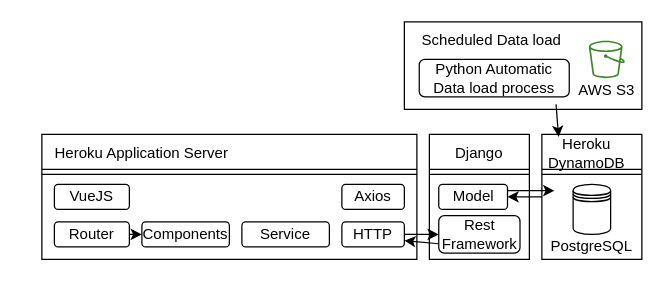
Above: NIA Portal - Architecture - Logical.drawio in SachinPawaskarUNO/drawings (draw.io), before the change. Source tidied: cells renumbered, new cells numbered last; positions are measured from the earlier drawing's top-left corner, leaving out a move shared by most shapes. Both pictures are drawn from the tidied source at 125%, with x=0, y=0 at pixel (29, 21). Pictures stored in the file or linked from it are replaced by grey dashed boxes.
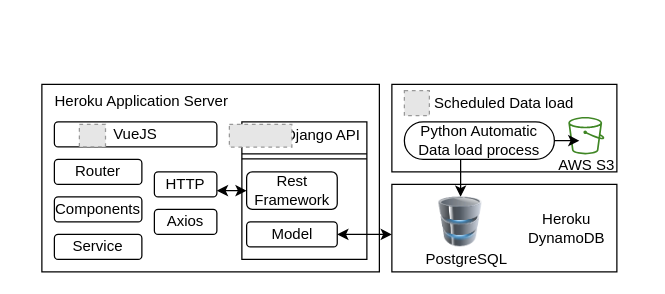
Above is the later version.

Diff of the diagram source:
```diff
@@
     <mxCell id="2" style="rounded=0;whiteSpace=wrap;html=1;" parent="1" vertex="1">
-      <mxGeometry x="10" y="90" width="300" height="100" as="geometry" />
+      <mxGeometry x="10" y="50" width="270" height="150" as="geometry" />
     </mxCell>
     <mxCell id="3" value="Router" style="rounded=1;whiteSpace=wrap;html=1;" parent="1" vertex="1">
-      <mxGeometry x="20" y="160" width="60" height="20" as="geometry" />
+      <mxGeometry x="20" y="110" width="70" height="20" as="geometry" />
     </mxCell>
     <mxCell id="4" value="Components" style="rounded=1;whiteSpace=wrap;html=1;" parent="1" vertex="1">
-      <mxGeometry x="90" y="160" width="70" height="20" as="geometry" />
+      <mxGeometry x="20" y="140" width="70" height="20" as="geometry" />
     </mxCell>
     <mxCell id="5" value="Service" style="rounded=1;whiteSpace=wrap;html=1;" parent="1" vertex="1">
-      <mxGeometry x="170" y="160" width="70" height="20" as="geometry" />
+      <mxGeometry x="20" y="170" width="70" height="20" as="geometry" />
     </mxCell>
     <mxCell id="6" value="HTTP" style="rounded=1;whiteSpace=wrap;html=1;" parent="1" vertex="1">
-      <mxGeometry x="250" y="160" width="50" height="20" as="geometry" />
+      <mxGeometry x="100" y="120" width="50" height="20" as="geometry" />
     </mxCell>
     <mxCell id="7" value="Axios" style="rounded=1;whiteSpace=wrap;html=1;" parent="1" vertex="1">
-      <mxGeometry x="250" y="130" width="50" height="20" as="geometry" />
+      <mxGeometry x="100" y="150" width="50" height="20" as="geometry" />
     </mxCell>
-    <mxCell id="8" value="VueJS" style="rounded=1;whiteSpace=wrap;html=1;" parent="1" vertex="1">
-      <mxGeometry x="20" y="130" width="60" height="20" as="geometry" />
+    <mxCell id="8" value="&lt;div style=&quot;&quot;&gt;&lt;span style=&quot;background-color: initial;&quot;&gt;VueJS&lt;/span&gt;&lt;/div&gt;" style="rounded=1;whiteSpace=wrap;html=1;align=center;" parent="1" vertex="1">
+      <mxGeometry x="20" y="80" width="130" height="20" as="geometry" />
     </mxCell>
-    <mxCell id="9" style="endArrow=classic;html=1;rounded=0;exitX=1;exitY=0.5;exitDx=0;exitDy=0;" parent="1" edge="1" source="3">
-      <mxGeometry relative="1" as="geometry">
-        <mxPoint x="90" y="170" as="targetPoint" />
-      </mxGeometry>
-    </mxCell>
     <mxCell id="10" style="rounded=0;whiteSpace=wrap;html=1;" parent="1" vertex="1">
-      <mxGeometry x="320" y="90" width="80" height="100" as="geometry" />
+      <mxGeometry x="170" y="80" width="100" height="110" as="geometry" />
     </mxCell>
-    <mxCell id="11" value="Model" style="rounded=1;whiteSpace=wrap;html=1;" parent="1" vertex="1">
-      <mxGeometry x="327.5" y="130" width="55" height="20" as="geometry" />
+    <mxCell id="11" value="Rest Framework" style="rounded=1;whiteSpace=wrap;html=1;" parent="1" vertex="1">
+      <mxGeometry x="173.8" y="120" width="72.5" height="30" as="geometry" />
     </mxCell>
-    <mxCell id="12" value="Rest Framework" style="rounded=1;whiteSpace=wrap;html=1;" parent="1" vertex="1">
-      <mxGeometry x="327.5" y="155" width="65" height="30" as="geometry" />
+    <mxCell id="12" value="Model" style="rounded=1;whiteSpace=wrap;html=1;" parent="1" vertex="1">
+      <mxGeometry x="173.8" y="160" width="72.5" height="20" as="geometry" />
     </mxCell>
-    <mxCell id="13" style="endArrow=classic;html=1;rounded=0;exitX=1;exitY=0.5;exitDx=0;exitDy=0;entryX=0;entryY=0.5;entryDx=0;entryDy=0;" parent="1" edge="1" source="6" target="12">
-      <mxGeometry relative="1" as="geometry" />
-    </mxCell>
-    <mxCell id="14" style="endArrow=classic;html=1;rounded=0;exitX=0;exitY=0.75;exitDx=0;exitDy=0;entryX=1;entryY=0.75;entryDx=0;entryDy=0;" parent="1" edge="1" source="12" target="6">
-      <mxGeometry relative="1" as="geometry" />
-    </mxCell>
     <mxCell id="15" style="rounded=0;whiteSpace=wrap;html=1;" parent="1" vertex="1">
-      <mxGeometry x="410" y="90" width="80" height="100" as="geometry" />
+      <mxGeometry x="290" y="130" width="180" height="70" as="geometry" />
     </mxCell>
     <mxCell id="16" style="rounded=0;whiteSpace=wrap;html=1;" parent="1" vertex="1">
-      <mxGeometry x="300" width="190" height="70" as="geometry" />
+      <mxGeometry x="290" y="50" width="180" height="70" as="geometry" />
     </mxCell>
-    <mxCell id="17" value="Python Automatic Data load process" style="rounded=1;whiteSpace=wrap;html=1;" parent="1" vertex="1">
-      <mxGeometry x="311.9" y="30" width="120" height="30" as="geometry" />
+    <mxCell id="17" value="Python Automatic Data load process" style="rounded=1;whiteSpace=wrap;html=1;arcSize=50;" parent="1" vertex="1">
+      <mxGeometry x="300" y="80" width="120" height="30" as="geometry" />
     </mxCell>
     <mxCell id="18" style="sketch=0;fontColor=#232F3E;gradientColor=none;fillColor=#3F8624;strokeColor=none;dashed=0;verticalLabelPosition=bottom;verticalAlign=top;align=center;html=1;fontSize=12;fontStyle=0;shape=mxgraph.aws4.bucket;" parent="1" vertex="1">
-      <mxGeometry x="447.5" y="15" width="28.9" height="30" as="geometry" />
+      <mxGeometry x="431.1" y="76" width="28.9" height="30" as="geometry" />
     </mxCell>
     <mxCell id="19" value="AWS S3" style="text;strokeColor=none;align=center;fillColor=none;html=1;verticalAlign=middle;whiteSpace=wrap;rounded=0;" parent="1" vertex="1">
-      <mxGeometry x="431.9" y="40" width="60" height="30" as="geometry" />
+      <mxGeometry x="415.6" y="100" width="60" height="30" as="geometry" />
     </mxCell>
     <mxCell id="20" value="Scheduled Data load" style="text;strokeColor=none;align=center;fillColor=none;html=1;verticalAlign=middle;whiteSpace=wrap;rounded=0;" parent="1" vertex="1">
-      <mxGeometry x="285" width="170" height="30" as="geometry" />
+      <mxGeometry x="290" y="50" width="180" height="30" as="geometry" />
     </mxCell>
     <mxCell id="21" value="Heroku DynamoDB" style="text;strokeColor=none;align=center;fillColor=none;html=1;verticalAlign=middle;whiteSpace=wrap;rounded=0;" parent="1" vertex="1">
-      <mxGeometry x="416.4" y="90" width="60" height="30" as="geometry" />
+      <mxGeometry x="400" y="150" width="60" height="30" as="geometry" />
     </mxCell>
-    <mxCell id="22" value="Heroku Application Server" style="text;strokeColor=none;align=center;fillColor=none;html=1;verticalAlign=middle;whiteSpace=wrap;rounded=0;" parent="1" vertex="1">
-      <mxGeometry y="90" width="180" height="30" as="geometry" />
+    <mxCell id="22" value="Heroku Application Server" style="text;strokeColor=default;align=center;fillColor=default;html=1;verticalAlign=top;whiteSpace=wrap;rounded=0;shape=image;labelBackgroundColor=default;" parent="1" vertex="1">
+      <mxGeometry y="50" width="180" height="30" as="geometry" />
     </mxCell>
-    <mxCell id="23" value="Django" style="text;strokeColor=none;align=center;fillColor=none;html=1;verticalAlign=middle;whiteSpace=wrap;rounded=0;" parent="1" vertex="1">
-      <mxGeometry x="330" y="90" width="60" height="30" as="geometry" />
+    <mxCell id="23" value="Django API" style="text;strokeColor=none;align=center;fillColor=none;html=1;verticalAlign=middle;whiteSpace=wrap;rounded=0;" parent="1" vertex="1">
+      <mxGeometry x="200" y="76" width="70" height="30" as="geometry" />
     </mxCell>
-    <mxCell id="24" style="shape=datastore;whiteSpace=wrap;html=1;" parent="1" vertex="1">
-      <mxGeometry x="435" y="130" width="30" height="40" as="geometry" />
-    </mxCell>
     <mxCell id="25" value="PostgreSQL" style="text;strokeColor=none;align=center;fillColor=none;html=1;verticalAlign=middle;whiteSpace=wrap;rounded=0;" parent="1" vertex="1">
-      <mxGeometry x="420" y="170" width="60" height="20" as="geometry" />
+      <mxGeometry x="320" y="180" width="60" height="20" as="geometry" />
     </mxCell>
-    <mxCell id="26" style="edgeStyle=none;orthogonalLoop=1;jettySize=auto;html=1;rounded=0;shape=link;" parent="1" edge="1">
-      <mxGeometry relative="1" as="geometry">
-        <mxPoint x="410" y="120" as="sourcePoint" />
-        <mxPoint x="490" y="120" as="targetPoint" />
-      </mxGeometry>
-    </mxCell>
-    <mxCell id="27" style="edgeStyle=none;orthogonalLoop=1;jettySize=auto;html=1;rounded=0;shape=link;" parent="1" edge="1">
-      <mxGeometry relative="1" as="geometry">
-        <mxPoint x="320" y="120" as="sourcePoint" />
-        <mxPoint x="400" y="120" as="targetPoint" />
-      </mxGeometry>
+    <mxCell id="27" style="edgeStyle=none;orthogonalLoop=1;jettySize=auto;html=1;rounded=0;shape=link;entryX=0;entryY=0.25;entryDx=0;entryDy=0;exitX=1;exitY=0.25;exitDx=0;exitDy=0;" parent="1" edge="1" source="10" target="10">
+      <mxGeometry relative="1" as="geometry" />
     </mxCell>
-    <mxCell id="28" style="edgeStyle=none;orthogonalLoop=1;jettySize=auto;html=1;rounded=0;shape=link;" parent="1" edge="1">
+    <mxCell id="28" style="edgeStyle=none;jettySize=auto;html=1;rounded=0;shape=link;" parent="1" edge="1" source="2">
       <mxGeometry relative="1" as="geometry">
-        <mxPoint x="310" y="120" as="sourcePoint" />
-        <mxPoint x="10" y="120" as="targetPoint" />
+        <mxPoint x="10" y="79" as="targetPoint" />
       </mxGeometry>
     </mxCell>
-    <mxCell id="29" style="edgeStyle=none;jettySize=auto;html=1;rounded=0;exitX=0.912;exitY=1.2;exitDx=0;exitDy=0;exitPerimeter=0;entryX=0.116;entryY=0.067;entryDx=0;entryDy=0;entryPerimeter=0;" parent="1" edge="1" source="17" target="21">
-      <mxGeometry relative="1" as="geometry" />
-    </mxCell>
-    <mxCell id="30" style="endArrow=classic;html=1;rounded=0;exitX=1;exitY=0.25;exitDx=0;exitDy=0;" parent="1" edge="1" source="11">
-      <mxGeometry relative="1" as="geometry">
-        <mxPoint x="420" y="135" as="targetPoint" />
-      </mxGeometry>
-    </mxCell>
-    <mxCell id="31" style="endArrow=classic;html=1;rounded=0;entryX=1;entryY=0.5;entryDx=0;entryDy=0;" parent="1" edge="1" target="11">
-      <mxGeometry relative="1" as="geometry">
-        <mxPoint x="410" y="140" as="sourcePoint" />
-      </mxGeometry>
-    </mxCell>
+    <mxCell id="32" style="endArrow=classic;html=1;rounded=0;entryX=0.5;entryY=0;entryDx=0;entryDy=0;" parent="1" edge="1">
+      <mxGeometry relative="1" as="geometry">
+        <mxPoint x="345" y="110" as="sourcePoint" />
+        <mxPoint x="345" y="140" as="targetPoint" />
+      </mxGeometry>
+    </mxCell>
+    <mxCell id="33" style="endArrow=classic;html=1;rounded=0;" parent="1" edge="1" source="17">
+      <mxGeometry relative="1" as="geometry">
+        <mxPoint x="440" y="95" as="targetPoint" />
+      </mxGeometry>
+    </mxCell>
+    <mxCell id="34" style="endArrow=classic;startArrow=classic;html=1;rounded=0;entryX=0;entryY=0.5;entryDx=0;entryDy=0;exitX=1;exitY=0.75;exitDx=0;exitDy=0;" parent="1" edge="1" source="6" target="11">
+      <mxGeometry relative="1" as="geometry" />
+    </mxCell>
+    <mxCell id="35" style="endArrow=classic;startArrow=classic;html=1;rounded=0;exitX=1;exitY=0.5;exitDx=0;exitDy=0;" parent="1" edge="1" source="12">
+      <mxGeometry relative="1" as="geometry">
+        <mxPoint x="290" y="170" as="targetPoint" />
+      </mxGeometry>
+    </mxCell>
+    <mxCell id="36" style="image;html=1;image=img/lib/clip_art/computers/Database_128x128.png;" parent="1" vertex="1">
+      <mxGeometry x="320" y="140" width="50" height="40" as="geometry" />
+    </mxCell>
+    <mxCell id="37" style="fillColor=#E6E6E6;strokeColor=#999999;dashed=1;verticalLabelPosition=bottom;verticalAlign=top;" parent="1" vertex="1">
+      <mxGeometry x="160" y="81.9" width="50" height="18.2" as="geometry" />
+    </mxCell>
+    <mxCell id="38" style="fillColor=#E6E6E6;strokeColor=#999999;dashed=1;html=1;verticalAlign=top;verticalLabelPosition=bottom;labelBackgroundColor=#ffffff;" parent="1" vertex="1">
+      <mxGeometry x="300" y="55" width="20" height="20" as="geometry" />
+    </mxCell>
+    <mxCell id="39" style="fillColor=#E6E6E6;strokeColor=#999999;dashed=1;verticalLabelPosition=bottom;verticalAlign=top;" parent="1" vertex="1">
+      <mxGeometry x="40" y="81.9" width="20.9" height="18.1" as="geometry" />
+    </mxCell>
```
